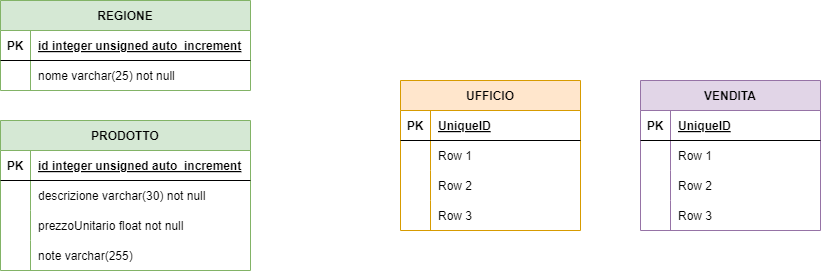
This is AS_2024_2025/5A-Informatica/cs02pag188/1.0/docs/er.drawio.png from CescoP81/GalileiOstiglia, a draw.io export, as it was before one commit. Source tidied: cells renumbered, new cells last; positions are measured from the earlier drawing's top-left corner, leaving out a move shared by most shapes.
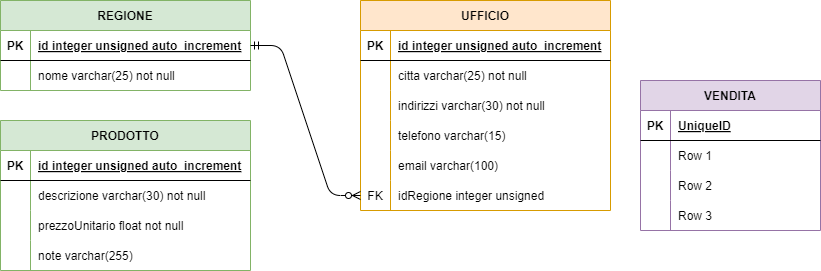
The same file after the commit.

The edit, as a diff of the source:
```diff
@@ -24,44 +24,62 @@
       <mxGeometry x="30" width="220" height="30" as="geometry" />
     </mxCell>
     <mxCell id="9" value="UFFICIO" style="shape=table;startSize=30;rowLines=0;fontStyle=1;align=center;fillColor=#ffe6cc;strokeColor=#d79b00;" parent="1" vertex="1">
-      <mxGeometry x="400" y="80" width="180" height="150" as="geometry" />
+      <mxGeometry x="360" width="250" height="210" as="geometry" />
     </mxCell>
     <mxCell id="10" style="shape=tableRow;horizontal=0;startSize=0;swimlaneHead=0;swimlaneBody=0;fillColor=none;top=0;left=0;right=0;bottom=1;" parent="9" vertex="1">
-      <mxGeometry y="30" width="180" height="30" as="geometry" />
+      <mxGeometry y="30" width="250" height="30" as="geometry" />
     </mxCell>
     <mxCell id="11" value="PK" style="shape=partialRectangle;fillColor=none;top=0;left=0;bottom=0;right=0;fontStyle=1;overflow=hidden;" parent="10" vertex="1">
       <mxGeometry width="30" height="30" as="geometry" />
     </mxCell>
-    <mxCell id="12" value="UniqueID" style="shape=partialRectangle;fillColor=none;top=0;left=0;bottom=0;right=0;align=left;spacingLeft=6;fontStyle=5;overflow=hidden;" parent="10" vertex="1">
-      <mxGeometry x="30" width="150" height="30" as="geometry" />
+    <mxCell id="12" value="id integer unsigned auto_increment" style="shape=partialRectangle;fillColor=none;top=0;left=0;bottom=0;right=0;align=left;spacingLeft=6;fontStyle=5;overflow=hidden;" parent="10" vertex="1">
+      <mxGeometry x="30" width="220" height="30" as="geometry" />
     </mxCell>
     <mxCell id="13" style="shape=tableRow;horizontal=0;startSize=0;swimlaneHead=0;swimlaneBody=0;fillColor=none;top=0;left=0;right=0;bottom=0;" parent="9" vertex="1">
-      <mxGeometry y="60" width="180" height="30" as="geometry" />
+      <mxGeometry y="60" width="250" height="30" as="geometry" />
     </mxCell>
     <mxCell id="14" style="shape=partialRectangle;fillColor=none;top=0;left=0;bottom=0;right=0;overflow=hidden;" parent="13" vertex="1">
       <mxGeometry width="30" height="30" as="geometry" />
     </mxCell>
-    <mxCell id="15" value="Row 1" style="shape=partialRectangle;fillColor=none;top=0;left=0;bottom=0;right=0;align=left;spacingLeft=6;overflow=hidden;" parent="13" vertex="1">
-      <mxGeometry x="30" width="150" height="30" as="geometry" />
+    <mxCell id="15" value="citta varchar(25) not null" style="shape=partialRectangle;fillColor=none;top=0;left=0;bottom=0;right=0;align=left;spacingLeft=6;overflow=hidden;" parent="13" vertex="1">
+      <mxGeometry x="30" width="220" height="30" as="geometry" />
     </mxCell>
+    <mxCell id="48" style="shape=tableRow;horizontal=0;startSize=0;swimlaneHead=0;swimlaneBody=0;fillColor=none;top=0;left=0;right=0;bottom=0;" parent="9" vertex="1">
+      <mxGeometry y="90" width="250" height="30" as="geometry" />
+    </mxCell>
+    <mxCell id="49" style="shape=partialRectangle;fillColor=none;top=0;left=0;bottom=0;right=0;overflow=hidden;" parent="48" vertex="1">
+      <mxGeometry width="30" height="30" as="geometry" />
+    </mxCell>
+    <mxCell id="50" value="indirizzi varchar(30) not null" style="shape=partialRectangle;fillColor=none;top=0;left=0;bottom=0;right=0;align=left;spacingLeft=6;overflow=hidden;" parent="48" vertex="1">
+      <mxGeometry x="30" width="220" height="30" as="geometry" />
+    </mxCell>
     <mxCell id="16" style="shape=tableRow;horizontal=0;startSize=0;swimlaneHead=0;swimlaneBody=0;fillColor=none;top=0;left=0;right=0;bottom=0;" parent="9" vertex="1">
-      <mxGeometry y="90" width="180" height="30" as="geometry" />
+      <mxGeometry y="120" width="250" height="30" as="geometry" />
     </mxCell>
     <mxCell id="17" style="shape=partialRectangle;fillColor=none;top=0;left=0;bottom=0;right=0;overflow=hidden;" parent="16" vertex="1">
       <mxGeometry width="30" height="30" as="geometry" />
     </mxCell>
-    <mxCell id="18" value="Row 2" style="shape=partialRectangle;fillColor=none;top=0;left=0;bottom=0;right=0;align=left;spacingLeft=6;overflow=hidden;" parent="16" vertex="1">
-      <mxGeometry x="30" width="150" height="30" as="geometry" />
+    <mxCell id="18" value="telefono varchar(15)" style="shape=partialRectangle;fillColor=none;top=0;left=0;bottom=0;right=0;align=left;spacingLeft=6;overflow=hidden;" parent="16" vertex="1">
+      <mxGeometry x="30" width="220" height="30" as="geometry" />
     </mxCell>
-    <mxCell id="19" style="shape=tableRow;horizontal=0;startSize=0;swimlaneHead=0;swimlaneBody=0;fillColor=none;top=0;left=0;right=0;bottom=0;" parent="9" vertex="1">
-      <mxGeometry y="120" width="180" height="30" as="geometry" />
-    </mxCell>
-    <mxCell id="20" style="shape=partialRectangle;fillColor=none;top=0;left=0;bottom=0;right=0;overflow=hidden;" parent="19" vertex="1">
-      <mxGeometry width="30" height="30" as="geometry" />
-    </mxCell>
-    <mxCell id="21" value="Row 3" style="shape=partialRectangle;fillColor=none;top=0;left=0;bottom=0;right=0;align=left;spacingLeft=6;overflow=hidden;" parent="19" vertex="1">
-      <mxGeometry x="30" width="150" height="30" as="geometry" />
-    </mxCell>
+    <mxCell id="51" style="shape=tableRow;horizontal=0;startSize=0;swimlaneHead=0;swimlaneBody=0;fillColor=none;top=0;left=0;right=0;bottom=0;" parent="9" vertex="1">
+      <mxGeometry y="150" width="250" height="30" as="geometry" />
+    </mxCell>
+    <mxCell id="52" style="shape=partialRectangle;fillColor=none;top=0;left=0;bottom=0;right=0;overflow=hidden;" parent="51" vertex="1">
+      <mxGeometry width="30" height="30" as="geometry" />
+    </mxCell>
+    <mxCell id="53" value="email varchar(100)" style="shape=partialRectangle;fillColor=none;top=0;left=0;bottom=0;right=0;align=left;spacingLeft=6;overflow=hidden;" parent="51" vertex="1">
+      <mxGeometry x="30" width="220" height="30" as="geometry" />
+    </mxCell>
+    <mxCell id="54" style="shape=tableRow;horizontal=0;startSize=0;swimlaneHead=0;swimlaneBody=0;fillColor=none;points=[[0,0.5],[1,0.5]];portConstraint=eastwest;top=0;left=0;right=0;bottom=0;" parent="9" vertex="1">
+      <mxGeometry y="180" width="250" height="30" as="geometry" />
+    </mxCell>
+    <mxCell id="55" value="FK" style="shape=partialRectangle;fillColor=none;top=0;left=0;bottom=0;right=0;fontStyle=0;overflow=hidden;" parent="54" vertex="1">
+      <mxGeometry width="30" height="30" as="geometry" />
+    </mxCell>
+    <mxCell id="56" value="idRegione integer unsigned" style="shape=partialRectangle;fillColor=none;top=0;left=0;bottom=0;right=0;align=left;spacingLeft=6;fontStyle=0;overflow=hidden;" parent="54" vertex="1">
+      <mxGeometry x="30" width="220" height="30" as="geometry" />
+    </mxCell>
     <mxCell id="22" value="PRODOTTO" style="shape=table;startSize=30;rowLines=0;fontStyle=1;align=center;fillColor=#d5e8d4;strokeColor=#82b366;" parent="1" vertex="1">
       <mxGeometry y="120" width="250" height="150" as="geometry" />
     </mxCell>
@@ -140,5 +158,8 @@
     <mxCell id="47" value="Row 3" style="shape=partialRectangle;fillColor=none;top=0;left=0;bottom=0;right=0;align=left;spacingLeft=6;overflow=hidden;" parent="45" vertex="1">
       <mxGeometry x="30" width="150" height="30" as="geometry" />
     </mxCell>
+    <mxCell id="57" style="edgeStyle=entityRelationEdgeStyle;fontSize=12;html=1;endArrow=ERzeroToMany;startArrow=ERmandOne;exitX=1;exitY=0.5;exitDx=0;exitDy=0;entryX=0;entryY=0.5;entryDx=0;entryDy=0;" parent="1" edge="1" source="3" target="54">
+      <mxGeometry relative="1" as="geometry" />
+    </mxCell>
   </root>
 </mxGraphModel>
```
